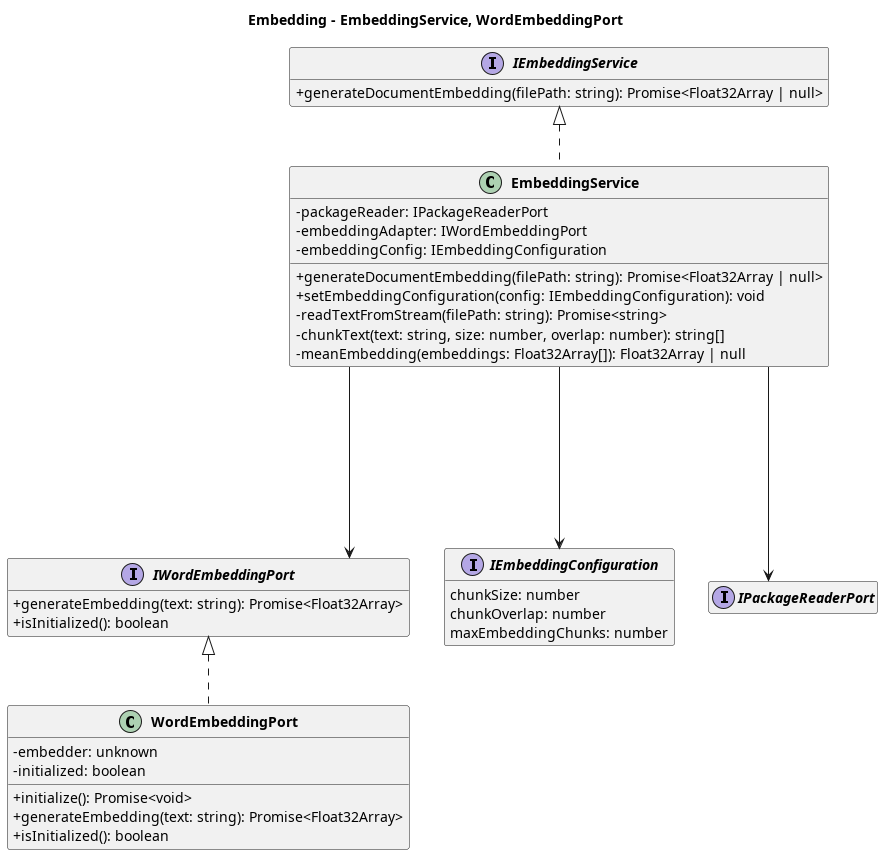
Before: out/3_PB/DocumentiEsterni/DiagrammiSpecificaTecnica/C4/C4_Embedding/Class Diagram - Vertical Flow.png, a diagram exported from PlantUML (7-ZPUs/Docs).
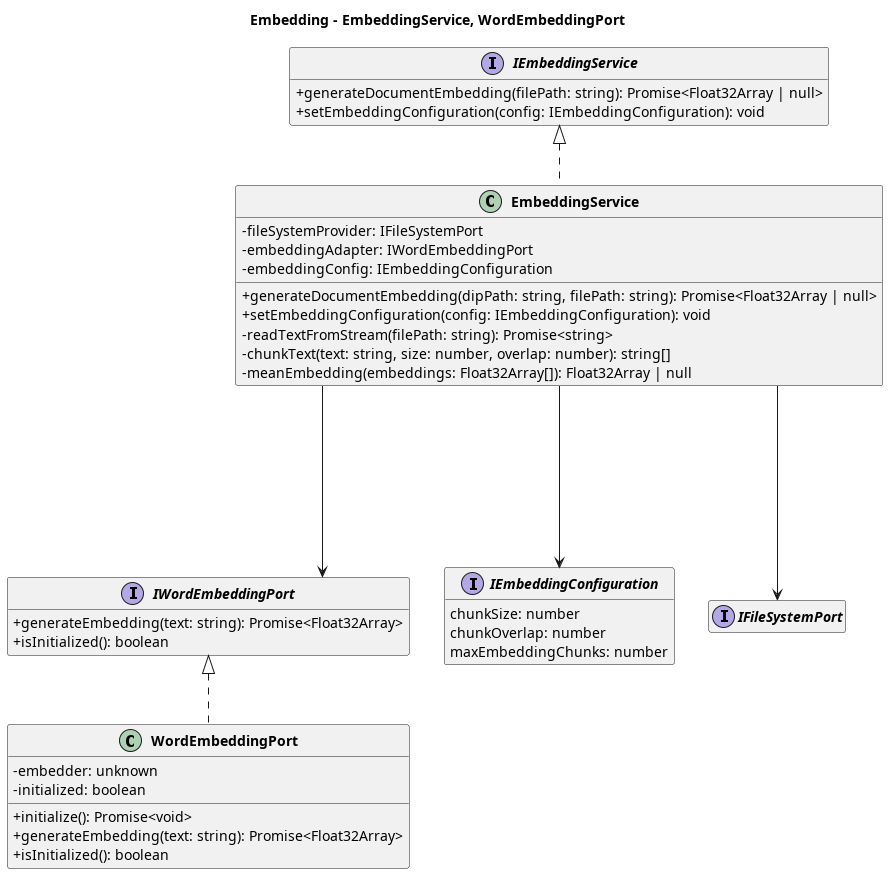
Above is the later version.

What changed in the source:
```diff
@@ -10,13 +10,14 @@
 
 interface IEmbeddingService {
   + generateDocumentEmbedding(filePath: string): Promise<Float32Array | null>
+  + setEmbeddingConfiguration(config: IEmbeddingConfiguration): void
 }
 
 class EmbeddingService {
-  - packageReader: IPackageReaderPort
+  - fileSystemProvider: IFileSystemPort
   - embeddingAdapter: IWordEmbeddingPort
   - embeddingConfig: IEmbeddingConfiguration
-  + generateDocumentEmbedding(filePath: string): Promise<Float32Array | null>
+  + generateDocumentEmbedding(dipPath: string, filePath: string): Promise<Float32Array | null>
   + setEmbeddingConfiguration(config: IEmbeddingConfiguration): void
   - readTextFromStream(filePath: string): Promise<string>
   - chunkText(text: string, size: number, overlap: number): string[]
@@ -42,10 +43,10 @@
   + isInitialized(): boolean
 }
 
-interface IPackageReaderPort
+interface IFileSystemPort
 
 IEmbeddingService <|.. EmbeddingService
-EmbeddingService --down--> IPackageReaderPort
+EmbeddingService --down--> IFileSystemPort
 EmbeddingService --down--> IWordEmbeddingPort
 IWordEmbeddingPort <|.. WordEmbeddingPort
 EmbeddingService --down--> IEmbeddingConfiguration
```
